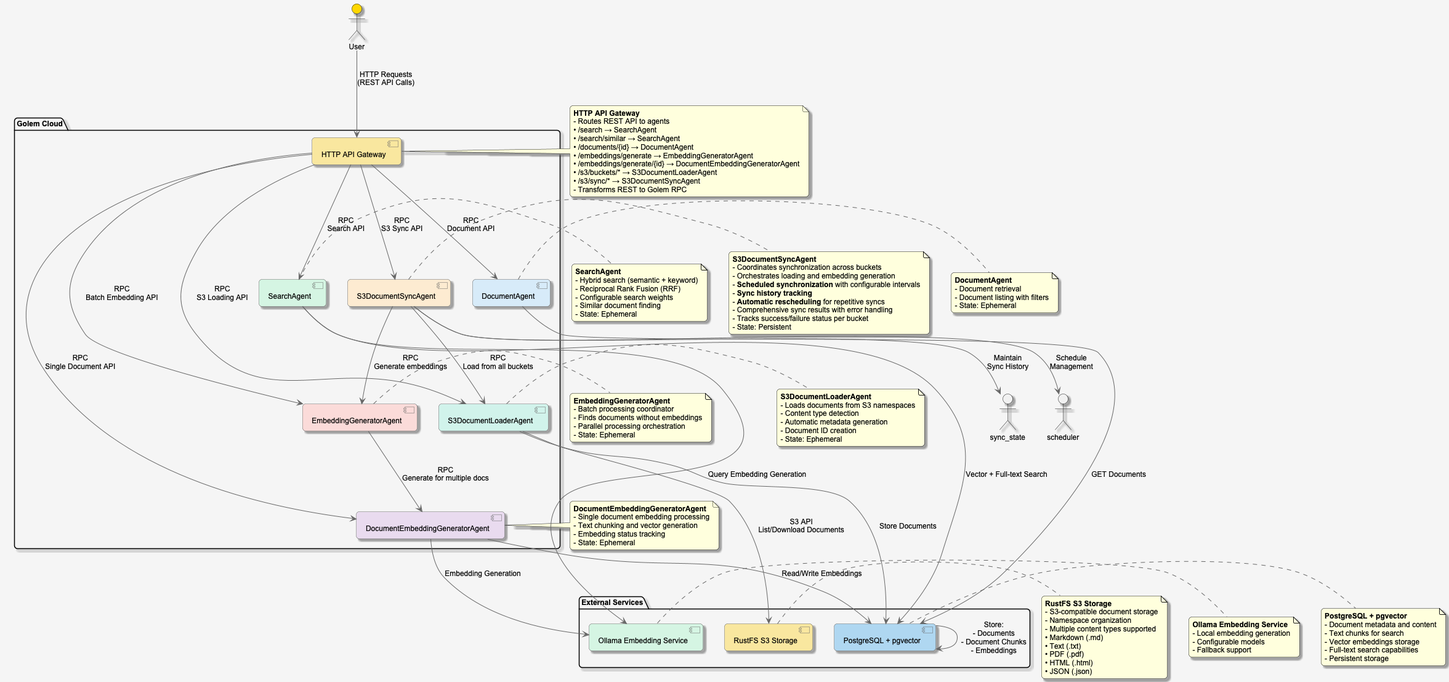
Earlier version of the PlantUML export architecture.png (justcoon/golem-rag-rust).
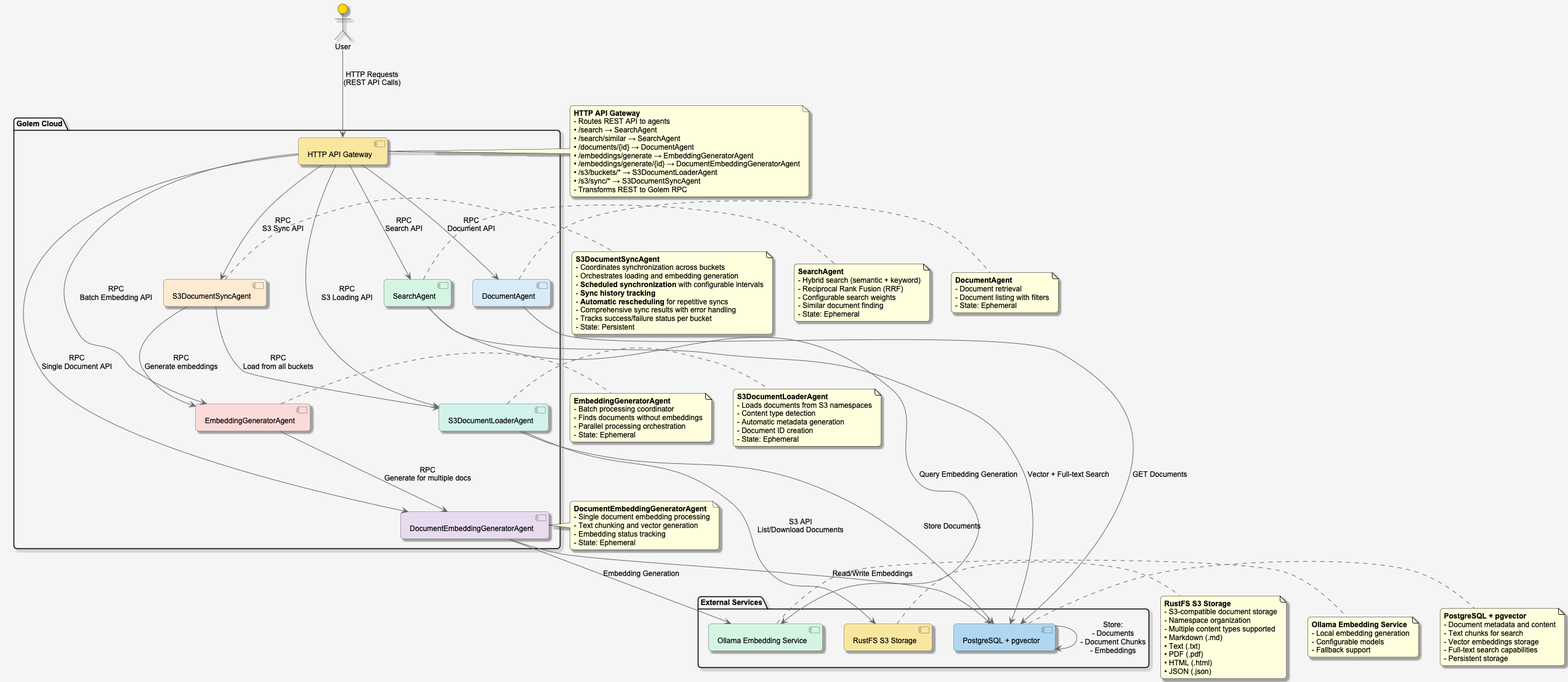
After the change.

Commit message:
s3 sync schedule

Diff of the diagram source:
```diff
@@ -53,8 +53,6 @@
 
 s3_sync --> s3_loader : "RPC\nLoad from all buckets"
 s3_sync --> embedding_gen : "RPC\nGenerate embeddings"
-s3_sync --> sync_state : "Maintain\nSync History"
-s3_sync --> scheduler : "Schedule\nManagement"
 
 postgres --> postgres : "Store:\n- Documents\n- Document Chunks\n- Embeddings"
 
```
